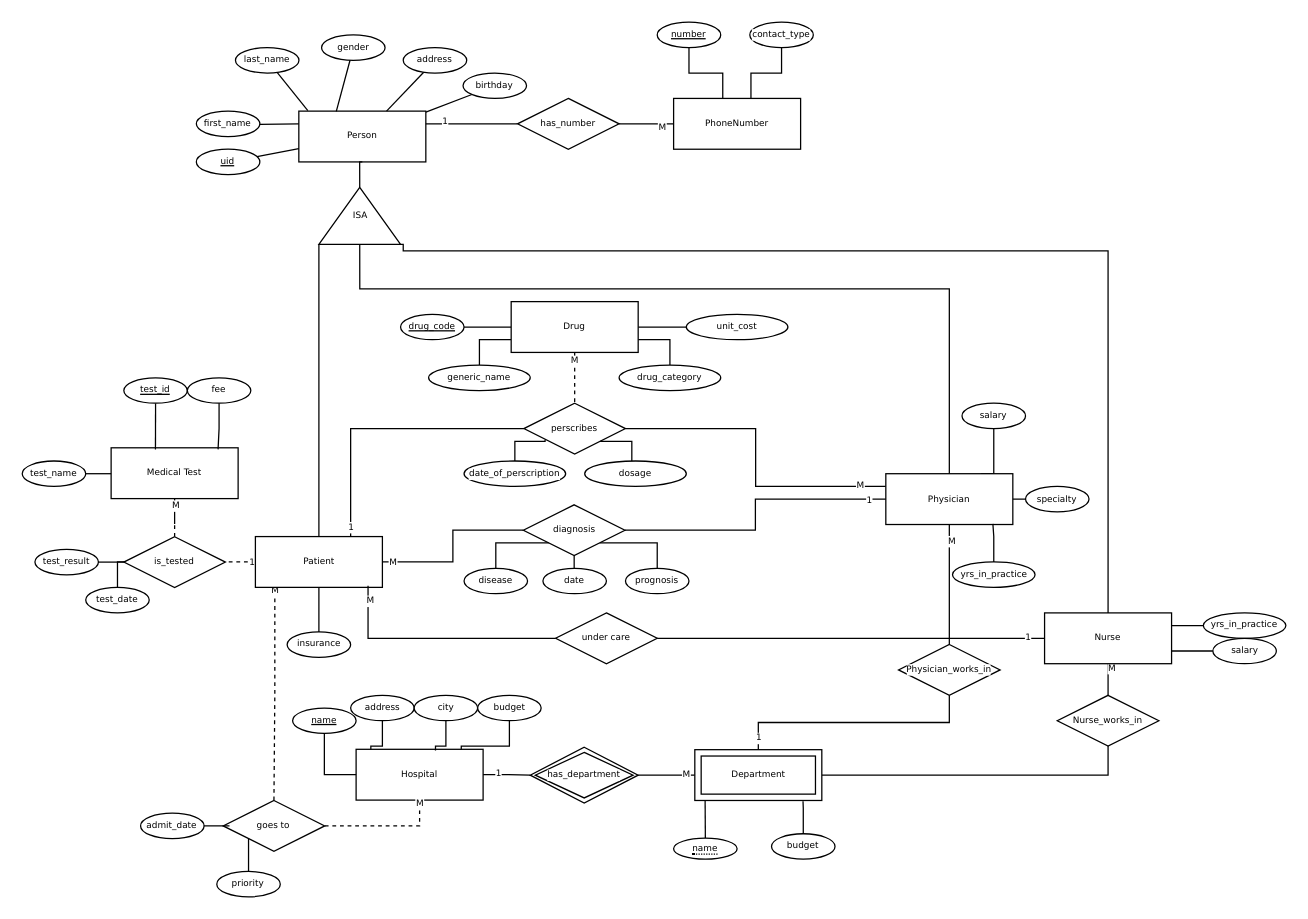
Above: DatabasesA1.drawio in functionzz/Databases (draw.io), before the change. Source tidied: cells renumbered, new cells numbered last; positions are measured from the earlier drawing's top-left corner, leaving out a move shared by most shapes. Both pictures are drawn from the tidied source at 127%, with x=0, y=0 at pixel (22, 22).
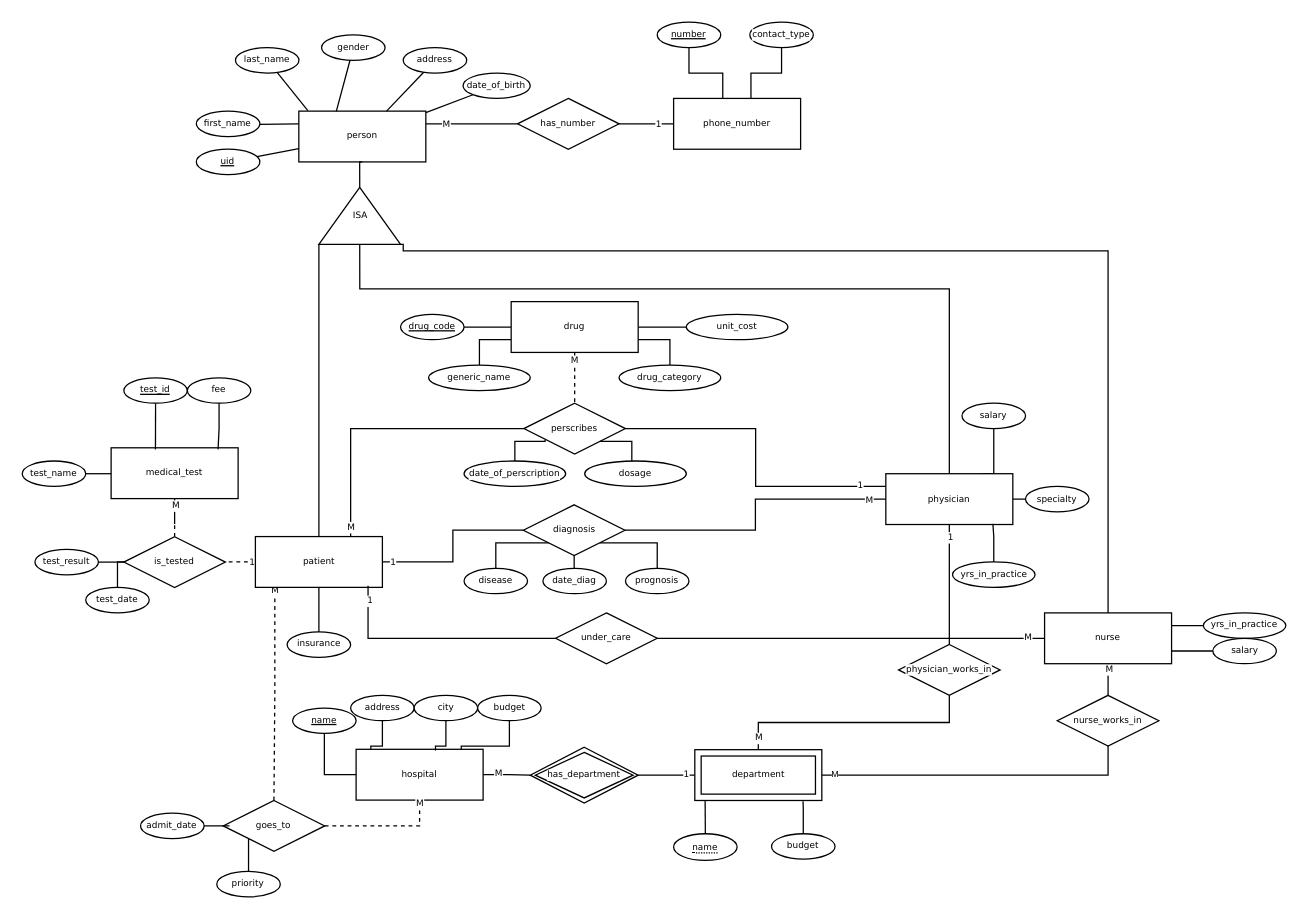
The same page after the edit.

Unchanged cells that the change refers to:
```xml
<mxCell id="7" style="edgeStyle=orthogonalEdgeStyle;shape=connector;rounded=0;jettySize=auto;html=1;entryX=0;entryY=0.5;entryDx=0;entryDy=0;strokeColor=default;align=center;verticalAlign=top;fontFamily=Verdana;fontSize=7;fontColor=default;labelBackgroundColor=default;startFill=0;endArrow=none;" parent="1" edge="1" source="13" target="89">
  <mxGeometry relative="1" as="geometry" />
</mxCell>
<mxCell id="11" style="edgeStyle=orthogonalEdgeStyle;shape=connector;rounded=0;jettySize=auto;html=1;exitX=0.75;exitY=0;exitDx=0;exitDy=0;entryX=0;entryY=0.5;entryDx=0;entryDy=0;strokeColor=default;align=center;verticalAlign=top;fontFamily=Verdana;fontSize=7;fontColor=default;labelBackgroundColor=default;startFill=0;endArrow=none;" parent="1" edge="1" source="13" target="120">
  <mxGeometry relative="1" as="geometry" />
</mxCell>
<mxCell id="14" style="edgeStyle=orthogonalEdgeStyle;shape=connector;rounded=0;jettySize=auto;html=1;exitX=0.5;exitY=1;exitDx=0;exitDy=0;strokeColor=default;align=center;verticalAlign=top;fontFamily=Verdana;fontSize=7;fontColor=default;labelBackgroundColor=default;startFill=0;endArrow=none;entryX=0.5;entryY=0;entryDx=0;entryDy=0;" parent="1" edge="1" source="16" target="77">
  <mxGeometry relative="1" as="geometry" />
</mxCell>
<mxCell id="18" style="edgeStyle=orthogonalEdgeStyle;shape=connector;rounded=0;jettySize=auto;html=1;entryX=0.5;entryY=0;entryDx=0;entryDy=0;strokeColor=default;align=center;verticalAlign=top;fontFamily=Verdana;fontSize=7;fontColor=default;labelBackgroundColor=default;startFill=0;endArrow=none;" parent="1" edge="1" source="23" target="74">
  <mxGeometry relative="1" as="geometry" />
</mxCell>
<mxCell id="20" style="edgeStyle=orthogonalEdgeStyle;shape=connector;rounded=0;jettySize=auto;html=1;exitX=0;exitY=0.25;exitDx=0;exitDy=0;entryX=1;entryY=0.5;entryDx=0;entryDy=0;strokeColor=default;align=center;verticalAlign=top;fontFamily=Verdana;fontSize=7;fontColor=default;labelBackgroundColor=default;startFill=0;endArrow=none;" parent="1" edge="1" source="23" target="120">
  <mxGeometry relative="1" as="geometry" />
</mxCell>
<mxCell id="41" style="edgeStyle=orthogonalEdgeStyle;shape=connector;rounded=0;jettySize=auto;html=1;entryX=1;entryY=0.25;entryDx=0;entryDy=0;strokeColor=default;align=center;verticalAlign=top;fontFamily=Verdana;fontSize=7;fontColor=default;labelBackgroundColor=default;startFill=0;endArrow=none;exitX=0;exitY=0.5;exitDx=0;exitDy=0;" parent="1" edge="1" source="102" target="3">
  <mxGeometry relative="1" as="geometry" />
</mxCell>
<mxCell id="43" style="edgeStyle=orthogonalEdgeStyle;shape=connector;rounded=0;jettySize=auto;html=1;strokeColor=default;align=center;verticalAlign=top;fontFamily=Verdana;fontSize=7;fontColor=default;labelBackgroundColor=default;startFill=0;endArrow=none;exitX=1;exitY=0.5;exitDx=0;exitDy=0;entryX=0;entryY=0.5;entryDx=0;entryDy=0;" parent="1" edge="1" source="102" target="103">
  <mxGeometry relative="1" as="geometry" />
</mxCell>
<mxCell id="65" style="edgeStyle=orthogonalEdgeStyle;shape=connector;rounded=0;jettySize=auto;html=1;entryX=0;entryY=0.5;entryDx=0;entryDy=0;strokeColor=default;align=center;verticalAlign=top;fontFamily=Verdana;fontSize=7;fontColor=default;labelBackgroundColor=default;startFill=0;endArrow=none;exitX=1;exitY=0.5;exitDx=0;exitDy=0;" parent="1" edge="1" source="134" target="101">
  <mxGeometry relative="1" as="geometry" />
</mxCell>
<mxCell id="67" style="edgeStyle=orthogonalEdgeStyle;shape=connector;rounded=0;jettySize=auto;html=1;entryX=0;entryY=0.5;entryDx=0;entryDy=0;strokeColor=default;align=center;verticalAlign=top;fontFamily=Verdana;fontSize=7;fontColor=default;labelBackgroundColor=default;startFill=0;endArrow=none;" parent="1" edge="1" source="56" target="134">
  <mxGeometry relative="1" as="geometry" />
</mxCell>
<mxCell id="72" style="edgeStyle=orthogonalEdgeStyle;shape=connector;rounded=0;jettySize=auto;html=1;entryX=0.5;entryY=0;entryDx=0;entryDy=0;strokeColor=default;align=center;verticalAlign=top;fontFamily=Verdana;fontSize=7;fontColor=default;labelBackgroundColor=default;startFill=0;endArrow=none;exitX=0.5;exitY=1;exitDx=0;exitDy=0;" parent="1" edge="1" source="74" target="101">
  <mxGeometry relative="1" as="geometry" />
</mxCell>
<mxCell id="76" style="edgeStyle=orthogonalEdgeStyle;shape=connector;rounded=0;jettySize=auto;html=1;exitX=0.5;exitY=1;exitDx=0;exitDy=0;entryX=1;entryY=0.5;entryDx=0;entryDy=0;strokeColor=default;align=center;verticalAlign=top;fontFamily=Verdana;fontSize=7;fontColor=default;labelBackgroundColor=default;startFill=0;endArrow=none;" parent="1" edge="1" source="77" target="101">
  <mxGeometry relative="1" as="geometry" />
</mxCell>
<mxCell id="85" style="edgeStyle=orthogonalEdgeStyle;shape=connector;rounded=0;jettySize=auto;html=1;entryX=0;entryY=0.5;entryDx=0;entryDy=0;strokeColor=default;align=center;verticalAlign=top;fontFamily=Verdana;fontSize=7;fontColor=default;labelBackgroundColor=default;startFill=0;endArrow=none;" parent="1" edge="1" source="89" target="23">
  <mxGeometry relative="1" as="geometry" />
</mxCell>
<mxCell id="126" style="edgeStyle=orthogonalEdgeStyle;shape=connector;rounded=0;jettySize=auto;html=1;entryX=0;entryY=0.5;entryDx=0;entryDy=0;strokeColor=default;align=center;verticalAlign=top;fontFamily=Verdana;fontSize=7;fontColor=default;labelBackgroundColor=default;startFill=0;endArrow=none;" parent="1" edge="1" source="128" target="16">
  <mxGeometry relative="1" as="geometry" />
</mxCell>
<mxCell id="129" style="edgeStyle=orthogonalEdgeStyle;shape=connector;rounded=0;jettySize=auto;html=1;exitX=0;exitY=0.5;exitDx=0;exitDy=0;entryX=0.887;entryY=0.967;entryDx=0;entryDy=0;entryPerimeter=0;strokeColor=default;align=center;verticalAlign=top;fontFamily=Verdana;fontSize=7;fontColor=default;labelBackgroundColor=default;startFill=0;endArrow=none;" parent="1" edge="1" source="128" target="13">
  <mxGeometry relative="1" as="geometry" />
</mxCell>
```

Diff of the diagram source:
```diff
@@
-    <mxCell id="3" value="Person" style="whiteSpace=wrap;html=1;align=center;fontFamily=Verdana;fontSize=7;fontColor=default;labelBackgroundColor=default;" parent="1" vertex="1">
+    <mxCell id="3" value="person" style="whiteSpace=wrap;html=1;align=center;fontFamily=Verdana;fontSize=7;fontColor=default;labelBackgroundColor=default;" parent="1" vertex="1">
       <mxGeometry x="217.8" y="70" width="100" height="40" as="geometry" />
     </mxCell>
@@
-    <mxCell id="8" value="M" style="edgeLabel;html=1;align=center;verticalAlign=middle;fontFamily=Verdana;fontSize=7;fontColor=default;labelBackgroundColor=default;" parent="7" vertex="1">
+    <mxCell id="8" value="1" style="edgeLabel;html=1;align=center;verticalAlign=middle;fontFamily=Verdana;fontSize=7;fontColor=default;labelBackgroundColor=default;" parent="7" vertex="1">
       <mxGeometry x="-0.88" relative="1" as="geometry" />
     </mxCell>
@@
-    <mxCell id="12" value="1" style="edgeLabel;html=1;align=center;verticalAlign=middle;fontFamily=Verdana;fontSize=7;fontColor=default;labelBackgroundColor=default;" parent="11" vertex="1">
+    <mxCell id="12" value="M" style="edgeLabel;html=1;align=center;verticalAlign=middle;fontFamily=Verdana;fontSize=7;fontColor=default;labelBackgroundColor=default;" parent="11" vertex="1">
       <mxGeometry x="-0.93" relative="1" as="geometry" />
     </mxCell>
-    <mxCell id="13" value="Patient" style="whiteSpace=wrap;html=1;align=center;strokeColor=default;verticalAlign=middle;fontFamily=Verdana;fontSize=7;fontColor=default;labelBackgroundColor=default;fillColor=default;" parent="1" vertex="1">
+    <mxCell id="13" value="patient" style="whiteSpace=wrap;html=1;align=center;strokeColor=default;verticalAlign=middle;fontFamily=Verdana;fontSize=7;fontColor=default;labelBackgroundColor=default;fillColor=default;" parent="1" vertex="1">
       <mxGeometry x="183.6" y="405" width="100" height="40" as="geometry" />
     </mxCell>
@@
     <mxCell id="15" value="M" style="edgeLabel;html=1;align=center;verticalAlign=middle;fontFamily=Verdana;fontSize=7;fontColor=default;labelBackgroundColor=default;" parent="14" vertex="1">
-      <mxGeometry x="-0.73" y="2" relative="1" as="geometry" />
+      <mxGeometry x="-0.73" y="2" relative="1" as="geometry">
+        <mxPoint x="-2" y="1" as="offset" />
+      </mxGeometry>
     </mxCell>
-    <mxCell id="16" value="Nurse" style="whiteSpace=wrap;html=1;align=center;strokeColor=default;verticalAlign=middle;fontFamily=Verdana;fontSize=7;fontColor=default;labelBackgroundColor=default;fillColor=default;" parent="1" vertex="1">
+    <mxCell id="16" value="nurse" style="whiteSpace=wrap;html=1;align=center;strokeColor=default;verticalAlign=middle;fontFamily=Verdana;fontSize=7;fontColor=default;labelBackgroundColor=default;fillColor=default;" parent="1" vertex="1">
       <mxGeometry x="805" y="465.1" width="100" height="40" as="geometry" />
     </mxCell>
@@
-    <mxCell id="19" value="M" style="edgeLabel;html=1;align=center;verticalAlign=middle;fontFamily=Verdana;fontSize=7;fontColor=default;labelBackgroundColor=default;" parent="18" vertex="1">
-      <mxGeometry x="-0.73" y="1" relative="1" as="geometry" />
+    <mxCell id="19" value="1" style="edgeLabel;html=1;align=center;verticalAlign=middle;fontFamily=Verdana;fontSize=7;fontColor=default;labelBackgroundColor=default;" parent="18" vertex="1">
+      <mxGeometry x="-0.73" y="1" relative="1" as="geometry">
+        <mxPoint x="-1" y="-3" as="offset" />
+      </mxGeometry>
     </mxCell>
@@
-    <mxCell id="21" value="M" style="edgeLabel;html=1;align=center;verticalAlign=middle;fontFamily=Verdana;fontSize=7;fontColor=default;labelBackgroundColor=default;" parent="20" vertex="1">
+    <mxCell id="21" value="1" style="edgeLabel;html=1;align=center;verticalAlign=middle;fontFamily=Verdana;fontSize=7;fontColor=default;labelBackgroundColor=default;" parent="20" vertex="1">
       <mxGeometry x="-0.83" y="-1" relative="1" as="geometry" />
     </mxCell>
@@
-    <mxCell id="23" value="Physician" style="whiteSpace=wrap;html=1;align=center;strokeColor=default;verticalAlign=middle;fontFamily=Verdana;fontSize=7;fontColor=default;labelBackgroundColor=default;fillColor=default;" parent="1" vertex="1">
+    <mxCell id="23" value="physician" style="whiteSpace=wrap;html=1;align=center;strokeColor=default;verticalAlign=middle;fontFamily=Verdana;fontSize=7;fontColor=default;labelBackgroundColor=default;fillColor=default;" parent="1" vertex="1">
       <mxGeometry x="680" y="355.5" width="100" height="40" as="geometry" />
     </mxCell>
@@
-    <mxCell id="37" value="birthday" style="ellipse;whiteSpace=wrap;html=1;align=center;strokeColor=default;verticalAlign=middle;fontFamily=Verdana;fontSize=7;fontColor=default;labelBackgroundColor=default;fillColor=default;" parent="1" vertex="1">
-      <mxGeometry x="347.1" y="40" width="50" height="20" as="geometry" />
+    <mxCell id="37" value="date_of_birth" style="ellipse;whiteSpace=wrap;html=1;align=center;strokeColor=default;verticalAlign=middle;fontFamily=Verdana;fontSize=7;fontColor=default;labelBackgroundColor=default;fillColor=default;" parent="1" vertex="1">
+      <mxGeometry x="347.1" y="40" width="52.9" height="20" as="geometry" />
     </mxCell>
@@
-    <mxCell id="42" value="1" style="edgeLabel;html=1;align=center;verticalAlign=middle;strokeColor=default;fontFamily=Verdana;fontSize=7;fontColor=default;labelBackgroundColor=default;fillColor=default;" parent="41" vertex="1">
-      <mxGeometry x="0.6" y="-2" relative="1" as="geometry" />
+    <mxCell id="42" value="M" style="edgeLabel;html=1;align=center;verticalAlign=middle;strokeColor=default;fontFamily=Verdana;fontSize=7;fontColor=default;labelBackgroundColor=default;fillColor=default;" parent="41" vertex="1">
+      <mxGeometry x="0.6" y="-2" relative="1" as="geometry">
+        <mxPoint x="1" y="2" as="offset" />
+      </mxGeometry>
     </mxCell>
@@
-    <mxCell id="44" value="M" style="edgeLabel;html=1;align=center;verticalAlign=middle;strokeColor=default;fontFamily=Verdana;fontSize=7;fontColor=default;labelBackgroundColor=default;fillColor=default;" parent="43" vertex="1">
-      <mxGeometry x="0.55" y="-2" relative="1" as="geometry" />
+    <mxCell id="44" value="1" style="edgeLabel;html=1;align=center;verticalAlign=middle;strokeColor=default;fontFamily=Verdana;fontSize=7;fontColor=default;labelBackgroundColor=default;fillColor=default;" parent="43" vertex="1">
+      <mxGeometry x="0.55" y="-2" relative="1" as="geometry">
+        <mxPoint x="-3" y="-2" as="offset" />
+      </mxGeometry>
     </mxCell>
@@
-    <mxCell id="56" value="Hospital" style="whiteSpace=wrap;html=1;align=center;strokeColor=default;verticalAlign=middle;fontFamily=Verdana;fontSize=7;fontColor=default;labelBackgroundColor=default;fillColor=default;" parent="1" vertex="1">
+    <mxCell id="56" value="hospital" style="whiteSpace=wrap;html=1;align=center;strokeColor=default;verticalAlign=middle;fontFamily=Verdana;fontSize=7;fontColor=default;labelBackgroundColor=default;fillColor=default;" parent="1" vertex="1">
       <mxGeometry x="262.9" y="572.5" width="100" height="40" as="geometry" />
     </mxCell>
@@
-    <mxCell id="66" value="M" style="edgeLabel;html=1;align=center;verticalAlign=middle;fontFamily=Verdana;fontSize=7;fontColor=default;labelBackgroundColor=default;" parent="65" vertex="1">
+    <mxCell id="66" value="1" style="edgeLabel;html=1;align=center;verticalAlign=middle;fontFamily=Verdana;fontSize=7;fontColor=default;labelBackgroundColor=default;" parent="65" vertex="1">
       <mxGeometry x="0.71" relative="1" as="geometry" />
     </mxCell>
@@
-    <mxCell id="68" value="1" style="edgeLabel;html=1;align=center;verticalAlign=middle;fontFamily=Verdana;fontSize=7;fontColor=default;labelBackgroundColor=default;" parent="67" vertex="1">
+    <mxCell id="68" value="M" style="edgeLabel;html=1;align=center;verticalAlign=middle;fontFamily=Verdana;fontSize=7;fontColor=default;labelBackgroundColor=default;" parent="67" vertex="1">
       <mxGeometry x="-0.38" y="1" relative="1" as="geometry" />
     </mxCell>
@@
-    <mxCell id="73" value="1" style="edgeLabel;html=1;align=center;verticalAlign=middle;fontFamily=Verdana;fontSize=7;fontColor=default;labelBackgroundColor=default;" parent="72" vertex="1">
+    <mxCell id="73" value="M" style="edgeLabel;html=1;align=center;verticalAlign=middle;fontFamily=Verdana;fontSize=7;fontColor=default;labelBackgroundColor=default;" parent="72" vertex="1">
       <mxGeometry x="0.9" y="1" relative="1" as="geometry">
         <mxPoint x="-1" as="offset" />
       </mxGeometry>
     </mxCell>
-    <mxCell id="74" value="Physician_works_in" style="shape=rhombus;perimeter=rhombusPerimeter;whiteSpace=wrap;html=1;align=center;fontFamily=Verdana;fontSize=7;fontColor=default;labelBackgroundColor=default;" parent="1" vertex="1">
+    <mxCell id="74" value="physician_works_in" style="shape=rhombus;perimeter=rhombusPerimeter;whiteSpace=wrap;html=1;align=center;fontFamily=Verdana;fontSize=7;fontColor=default;labelBackgroundColor=default;" parent="1" vertex="1">
       <mxGeometry x="690" y="490" width="80" height="40" as="geometry" />
     </mxCell>
@@
+    <mxCell id="135" value="M" style="edgeLabel;html=1;align=center;verticalAlign=middle;fontSize=7;" parent="76" vertex="1">
+      <mxGeometry x="0.83" y="-1" relative="1" as="geometry">
+        <mxPoint x="-11" y="1" as="offset" />
+      </mxGeometry>
+    </mxCell>
-    <mxCell id="77" value="Nurse_works_in" style="shape=rhombus;perimeter=rhombusPerimeter;whiteSpace=wrap;html=1;align=center;fontFamily=Verdana;fontSize=7;fontColor=default;labelBackgroundColor=default;" parent="1" vertex="1">
+    <mxCell id="77" value="nurse_works_in" style="shape=rhombus;perimeter=rhombusPerimeter;whiteSpace=wrap;html=1;align=center;fontFamily=Verdana;fontSize=7;fontColor=default;labelBackgroundColor=default;" parent="1" vertex="1">
       <mxGeometry x="815" y="530" width="80" height="40" as="geometry" />
     </mxCell>
@@
-    <mxCell id="80" value="goes to" style="shape=rhombus;perimeter=rhombusPerimeter;whiteSpace=wrap;html=1;align=center;fontFamily=Verdana;fontSize=7;fontColor=default;labelBackgroundColor=default;" parent="1" vertex="1">
+    <mxCell id="80" value="goes_to" style="shape=rhombus;perimeter=rhombusPerimeter;whiteSpace=wrap;html=1;align=center;fontFamily=Verdana;fontSize=7;fontColor=default;labelBackgroundColor=default;" parent="1" vertex="1">
       <mxGeometry x="158.2" y="612.8" width="80" height="40" as="geometry" />
     </mxCell>
@@
-    <mxCell id="86" value="1" style="edgeLabel;html=1;align=center;verticalAlign=middle;fontFamily=Verdana;fontSize=7;fontColor=default;labelBackgroundColor=default;" parent="85" vertex="1">
+    <mxCell id="86" value="M" style="edgeLabel;html=1;align=center;verticalAlign=middle;fontFamily=Verdana;fontSize=7;fontColor=default;labelBackgroundColor=default;" parent="85" vertex="1">
       <mxGeometry x="0.88" y="-1" relative="1" as="geometry" />
     </mxCell>
@@
-    <mxCell id="92" value="date" style="ellipse;whiteSpace=wrap;html=1;align=center;strokeColor=default;verticalAlign=middle;fontFamily=Verdana;fontSize=7;fontColor=default;labelBackgroundColor=default;fillColor=default;" parent="1" vertex="1">
+    <mxCell id="92" value="date_diag" style="ellipse;whiteSpace=wrap;html=1;align=center;strokeColor=default;verticalAlign=middle;fontFamily=Verdana;fontSize=7;fontColor=default;labelBackgroundColor=default;fillColor=default;" parent="1" vertex="1">
       <mxGeometry x="410" y="430" width="50" height="20" as="geometry" />
     </mxCell>
@@
-    <mxCell id="94" value="Medical Test" style="whiteSpace=wrap;html=1;align=center;strokeColor=default;verticalAlign=middle;fontFamily=Verdana;fontSize=7;fontColor=default;labelBackgroundColor=default;fillColor=default;" parent="1" vertex="1">
+    <mxCell id="94" value="medical_test" style="whiteSpace=wrap;html=1;align=center;strokeColor=default;verticalAlign=middle;fontFamily=Verdana;fontSize=7;fontColor=default;labelBackgroundColor=default;fillColor=default;" parent="1" vertex="1">
       <mxGeometry x="70" y="335.1" width="100" height="40" as="geometry" />
     </mxCell>
@@
     <mxCell id="100" value="&lt;span style=&quot;border-bottom: 1px dotted&quot;&gt;name&lt;/span&gt;" style="ellipse;whiteSpace=wrap;html=1;align=center;fontFamily=Verdana;fontSize=7;fontColor=default;labelBackgroundColor=default;" parent="1" vertex="1">
-      <mxGeometry x="512.9" y="642.5" width="50" height="16.5" as="geometry" />
+      <mxGeometry x="512.9" y="639" width="50" height="21" as="geometry" />
     </mxCell>
-    <mxCell id="101" value="Department" style="shape=ext;margin=3;double=1;whiteSpace=wrap;html=1;align=center;fontFamily=Verdana;fontSize=7;fontColor=default;labelBackgroundColor=default;" parent="1" vertex="1">
+    <mxCell id="101" value="department" style="shape=ext;margin=3;double=1;whiteSpace=wrap;html=1;align=center;fontFamily=Verdana;fontSize=7;fontColor=default;labelBackgroundColor=default;" parent="1" vertex="1">
       <mxGeometry x="529.6" y="572.8" width="100" height="40" as="geometry" />
     </mxCell>
@@
-    <mxCell id="103" value="PhoneNumber" style="whiteSpace=wrap;html=1;align=center;strokeColor=default;verticalAlign=middle;fontFamily=Verdana;fontSize=7;fontColor=default;labelBackgroundColor=default;fillColor=default;" parent="1" vertex="1">
+    <mxCell id="103" value="phone_number" style="whiteSpace=wrap;html=1;align=center;strokeColor=default;verticalAlign=middle;fontFamily=Verdana;fontSize=7;fontColor=default;labelBackgroundColor=default;fillColor=default;" parent="1" vertex="1">
       <mxGeometry x="512.9" y="60" width="100" height="40" as="geometry" />
     </mxCell>
@@
-    <mxCell id="118" value="Drug" style="whiteSpace=wrap;html=1;align=center;strokeColor=default;verticalAlign=middle;fontFamily=Verdana;fontSize=7;fontColor=default;labelBackgroundColor=default;fillColor=default;" parent="1" vertex="1">
+    <mxCell id="118" value="drug" style="whiteSpace=wrap;html=1;align=center;strokeColor=default;verticalAlign=middle;fontFamily=Verdana;fontSize=7;fontColor=default;labelBackgroundColor=default;fillColor=default;" parent="1" vertex="1">
       <mxGeometry x="385" y="220" width="100" height="40" as="geometry" />
     </mxCell>
@@
-    <mxCell id="127" value="1" style="edgeLabel;html=1;align=center;verticalAlign=middle;fontFamily=Verdana;fontSize=7;fontColor=default;labelBackgroundColor=default;" parent="126" vertex="1">
+    <mxCell id="127" value="M" style="edgeLabel;html=1;align=center;verticalAlign=middle;fontFamily=Verdana;fontSize=7;fontColor=default;labelBackgroundColor=default;" parent="126" vertex="1">
       <mxGeometry x="0.91" y="1" relative="1" as="geometry" />
     </mxCell>
-    <mxCell id="128" value="under care" style="shape=rhombus;perimeter=rhombusPerimeter;whiteSpace=wrap;html=1;align=center;fontFamily=Verdana;fontSize=7;fontColor=default;labelBackgroundColor=default;" parent="1" vertex="1">
+    <mxCell id="128" value="under_care" style="shape=rhombus;perimeter=rhombusPerimeter;whiteSpace=wrap;html=1;align=center;fontFamily=Verdana;fontSize=7;fontColor=default;labelBackgroundColor=default;" parent="1" vertex="1">
       <mxGeometry x="420" y="465.1" width="80" height="40" as="geometry" />
     </mxCell>
@@
-    <mxCell id="130" value="M" style="edgeLabel;html=1;align=center;verticalAlign=middle;fontFamily=Verdana;fontSize=7;fontColor=default;labelBackgroundColor=default;" parent="129" vertex="1">
+    <mxCell id="130" value="1" style="edgeLabel;html=1;align=center;verticalAlign=middle;fontFamily=Verdana;fontSize=7;fontColor=default;labelBackgroundColor=default;" parent="129" vertex="1">
       <mxGeometry x="0.87" y="-1" relative="1" as="geometry" />
     </mxCell>
```
